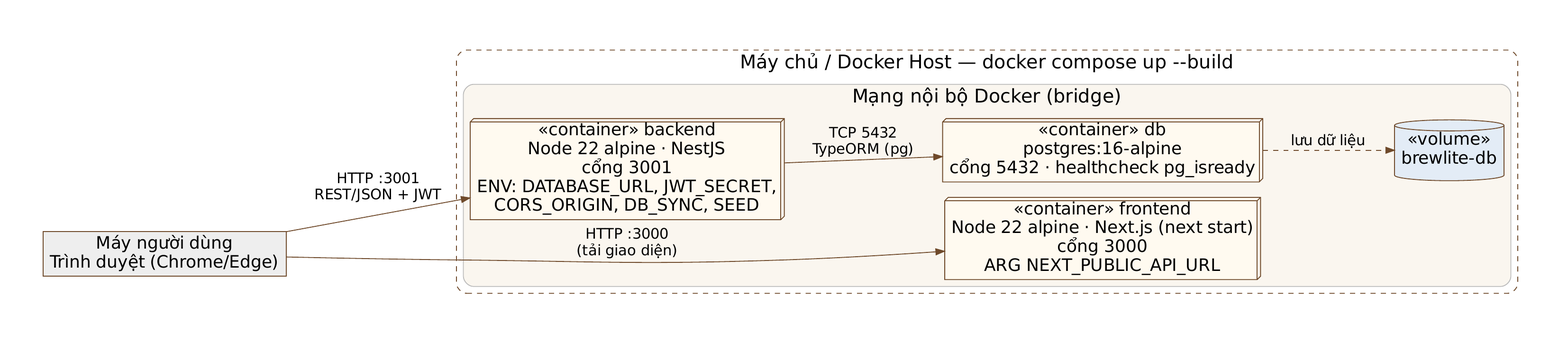
The Graphviz diagram report/diagrams/png/deployment.png in kaiqwwp/brewlite, before a commit. Its source is kept beside it as report/diagrams/deployment.dot. Source of this version:
```dot
digraph D { graph [fontname="DejaVu Sans" fontsize=22 pad=0.2]; node [fontname="DejaVu Sans" fontsize=20]; edge [fontname="DejaVu Sans" fontsize=17 color="#6f4a2b"]; rankdir=LR; compound=true; nodesep=0.25; ranksep=0.9; node [shape=box3d style=filled fillcolor="#fffaf0" color="#6f4a2b"];
 user [label="Máy người dùng\nTrình duyệt (Chrome/Edge)" shape=box style="filled" fillcolor="#eeeeee"];
 subgraph cluster_host { label="Máy chủ / Docker Host — docker compose up --build"; style="rounded,dashed"; color="#6f4a2b";
  subgraph cluster_net { label="Mạng nội bộ Docker (bridge)"; style="rounded,filled"; fillcolor="#faf6ef"; color="#bbbbbb";
   fe [label="«container» frontend\nNode 22 alpine · Next.js (next start)\ncổng 3000\nARG NEXT_PUBLIC_API_URL"];
   be [label="«container» backend\nNode 22 alpine · NestJS\ncổng 3001\nENV: DATABASE_URL, JWT_SECRET,\nCORS_ORIGIN, DB_SYNC, SEED"];
   db [label="«container» db\npostgres:16-alpine\ncổng 5432 · healthcheck pg_isready" ];
   vol [label="«volume»\nbrewlite-db" shape=cylinder fillcolor="#e3ecf6"];
  }
 }
 user -> fe [label="HTTP :3000\n(tải giao diện)"];
 user -> be [label="HTTP :3001\nREST/JSON + JWT"];
 be -> db [label="TCP 5432\nTypeORM (pg)"];
 db -> vol [label="lưu dữ liệu" style=dashed];
 be -> fe [style=invis];
}
```
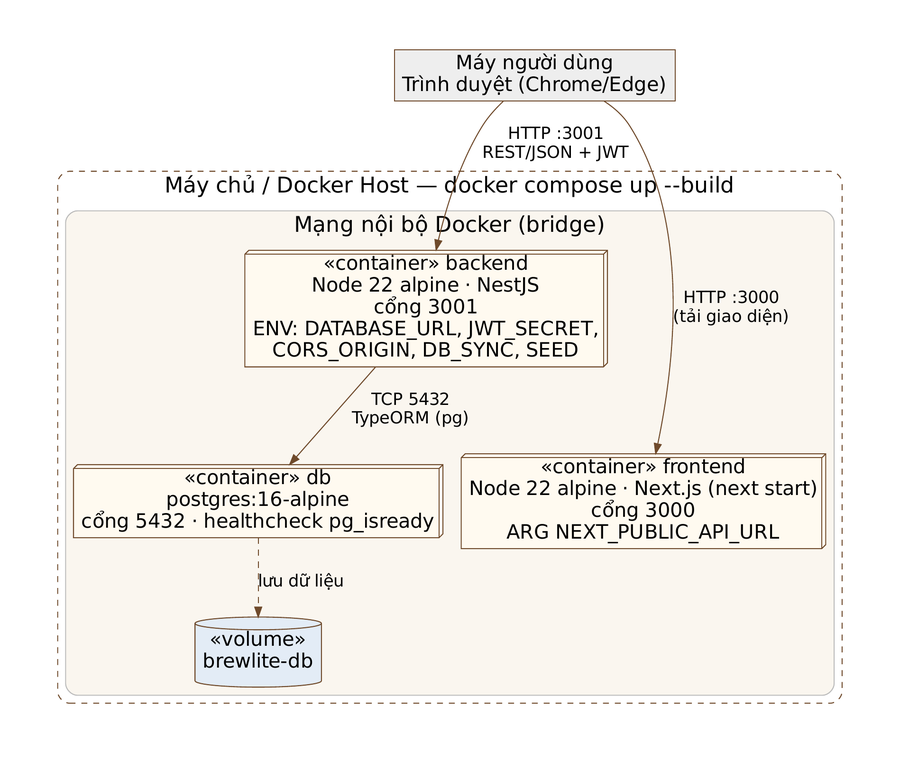
After the commit.

Diff of the diagram source:
```diff
@@ -1,4 +1,4 @@
-digraph D { graph [fontname="DejaVu Sans" fontsize=22 pad=0.2]; node [fontname="DejaVu Sans" fontsize=20]; edge [fontname="DejaVu Sans" fontsize=17 color="#6f4a2b"]; rankdir=LR; compound=true; nodesep=0.25; ranksep=0.9; node [shape=box3d style=filled fillcolor="#fffaf0" color="#6f4a2b"];
+digraph D { graph [fontname="DejaVu Sans" fontsize=22 pad=0.2]; node [fontname="DejaVu Sans" fontsize=20]; edge [fontname="DejaVu Sans" fontsize=17 color="#6f4a2b"]; rankdir=TB; compound=true; nodesep=0.25; ranksep=0.7; node [shape=box3d style=filled fillcolor="#fffaf0" color="#6f4a2b"];
  user [label="Máy người dùng\nTrình duyệt (Chrome/Edge)" shape=box style="filled" fillcolor="#eeeeee"];
  subgraph cluster_host { label="Máy chủ / Docker Host — docker compose up --build"; style="rounded,dashed"; color="#6f4a2b";
   subgraph cluster_net { label="Mạng nội bộ Docker (bridge)"; style="rounded,filled"; fillcolor="#faf6ef"; color="#bbbbbb";
```
